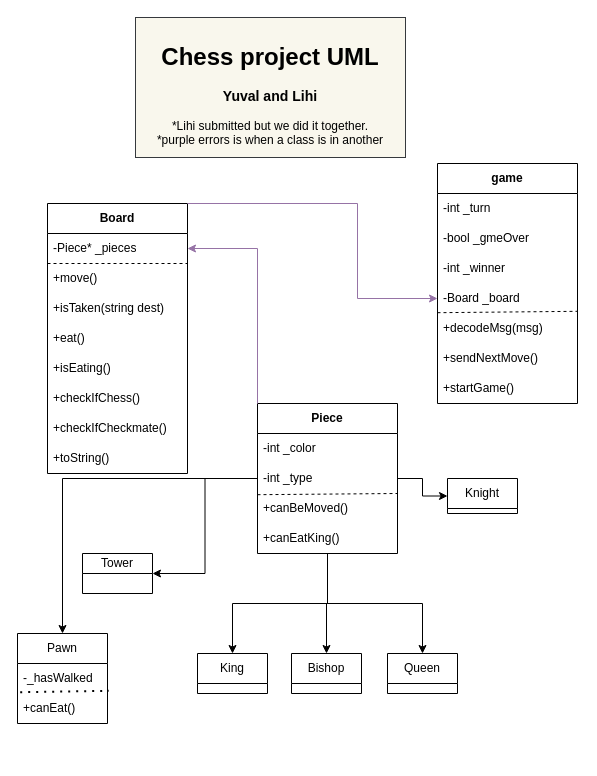
yuv76/Chess keeps this draw.io diagram as ChessDiagram.drawio. Above is the earlier version. Source tidied: cells renumbered, new cells numbered last; positions are measured from the earlier drawing's top-left corner, leaving out a move shared by most shapes. Both pictures are drawn from the tidied source at 100%, with x=0, y=0 at pixel (17, 17).
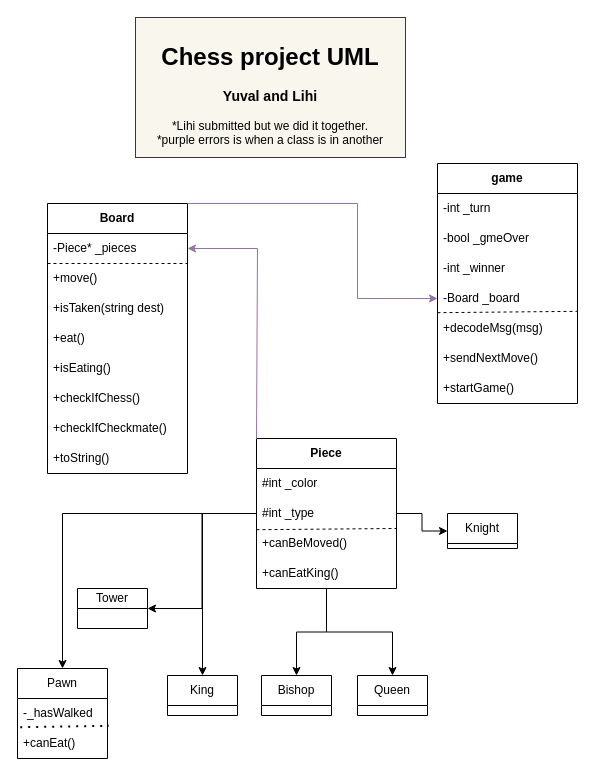
Above is the later version.

Commit message:
Uml change signs

What changed in the source:
```diff
@@
     <mxCell id="27" value="&lt;b&gt;Piece&lt;/b&gt;" style="swimlane;fontStyle=0;horizontal=1;startSize=30;whiteSpace=wrap;html=1;" parent="1" vertex="1">
-      <mxGeometry x="240" y="386" width="140" height="150" as="geometry" />
+      <mxGeometry x="239" y="421" width="140" height="150" as="geometry" />
     </mxCell>
-    <mxCell id="28" value="-int _color" style="text;strokeColor=none;fillColor=none;align=left;verticalAlign=middle;spacingLeft=4;spacingRight=4;overflow=hidden;whiteSpace=wrap;html=1;" parent="27" vertex="1">
+    <mxCell id="28" value="#int _color" style="text;strokeColor=none;fillColor=none;align=left;verticalAlign=middle;spacingLeft=4;spacingRight=4;overflow=hidden;whiteSpace=wrap;html=1;" parent="27" vertex="1">
       <mxGeometry y="30" width="140" height="30" as="geometry" />
     </mxCell>
@@
-    <mxCell id="30" value="-int _type" style="text;strokeColor=none;fillColor=none;align=left;verticalAlign=middle;spacingLeft=4;spacingRight=4;overflow=hidden;whiteSpace=wrap;html=1;" parent="27" vertex="1">
+    <mxCell id="30" value="#int _type" style="text;strokeColor=none;fillColor=none;align=left;verticalAlign=middle;spacingLeft=4;spacingRight=4;overflow=hidden;whiteSpace=wrap;html=1;" parent="27" vertex="1">
       <mxGeometry y="60" width="140" height="30" as="geometry" />
     </mxCell>
@@
     <mxCell id="35" value="Tower" style="swimlane;fontStyle=0;horizontal=1;startSize=20;whiteSpace=wrap;html=1;" parent="1" vertex="1">
-      <mxGeometry x="65" y="536" width="70" height="40" as="geometry" />
+      <mxGeometry x="60" y="571" width="70" height="40" as="geometry" />
     </mxCell>
     <mxCell id="36" value="King" style="swimlane;fontStyle=0;horizontal=1;startSize=30;whiteSpace=wrap;html=1;" parent="1" vertex="1">
-      <mxGeometry x="180" y="636" width="70" height="40" as="geometry" />
+      <mxGeometry x="150" y="658" width="70" height="40" as="geometry" />
     </mxCell>
     <mxCell id="37" value="Knight" style="swimlane;fontStyle=0;horizontal=1;startSize=30;whiteSpace=wrap;html=1;" parent="1" vertex="1">
-      <mxGeometry x="430" y="461" width="70" height="35" as="geometry" />
+      <mxGeometry x="430" y="496" width="70" height="35" as="geometry" />
     </mxCell>
     <mxCell id="38" value="Bishop" style="swimlane;fontStyle=0;horizontal=1;startSize=30;whiteSpace=wrap;html=1;" parent="1" vertex="1">
-      <mxGeometry x="274" y="636" width="70" height="40" as="geometry" />
+      <mxGeometry x="244" y="658" width="70" height="40" as="geometry" />
     </mxCell>
     <mxCell id="39" value="Queen" style="swimlane;fontStyle=0;horizontal=1;startSize=30;whiteSpace=wrap;html=1;" parent="1" vertex="1">
-      <mxGeometry x="370" y="636" width="70" height="40" as="geometry" />
+      <mxGeometry x="340" y="658" width="70" height="40" as="geometry" />
     </mxCell>
     <mxCell id="40" value="Pawn" style="swimlane;fontStyle=0;horizontal=1;startSize=30;whiteSpace=wrap;html=1;" parent="1" vertex="1">
-      <mxGeometry y="616" width="90" height="90" as="geometry" />
+      <mxGeometry y="651" width="90" height="90" as="geometry" />
     </mxCell>
```
